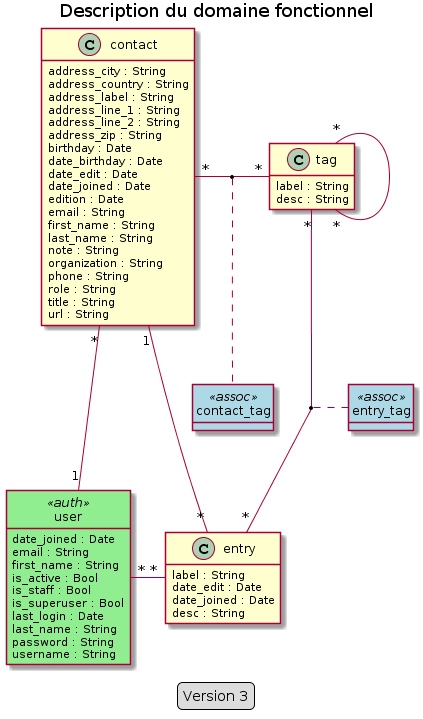
Earlier version of the PlantUML export doc/data_model/functional_model.png (freezed/ocp13).
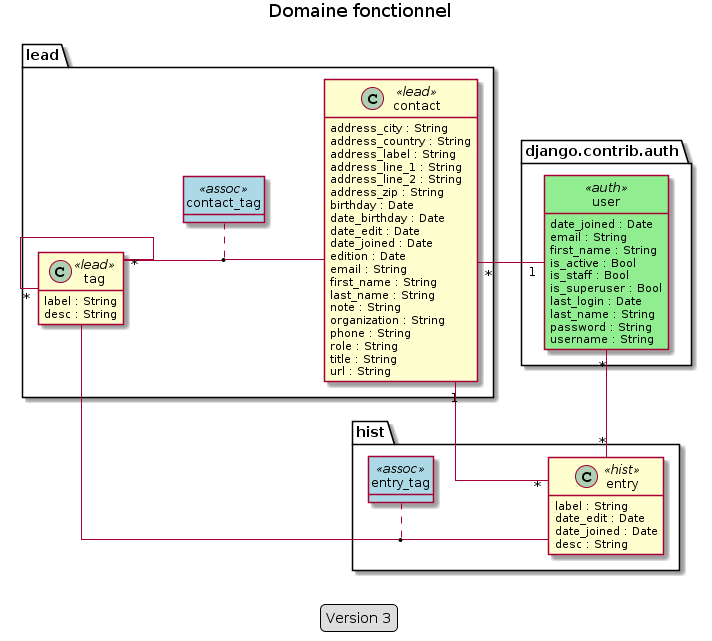
Above is the later version.

Commit message:
Add packages on data model images

Change to the diagram source:
```diff
@@ -1,6 +1,8 @@
 @startuml
-title Description du domaine fonctionnel
+title Domaine fonctionnel
 
+skinparam linetype ortho
+left to right direction
 hide empty methods
 hide <<assoc>> circle
 hide <<auth>> circle
@@ -10,18 +12,33 @@
 }
 
 
-class contact
-class entry
-class tag
+package "lead" {
+    class contact <<lead>>
+    class tag <<lead>>
+    class contact_tag <<assoc>>
+    (tag, contact) . contact_tag
+}
+
+package "django.contrib.auth" {
+    class user <<auth>>
+}
+
+package "hist" {
+    class entry <<hist>>
+    class entry_tag <<assoc>>
+    (tag, entry) . entry_tag
+}
+
+class contact <<lead>>
+class entry <<hist>>
+class tag <<lead>>
 class user <<auth>>
 
 
 contact "1" -- "*" entry
-contact "*" - "*" tag
-tag "*" -- "*" entry
-tag "*" - "*" tag
 contact "*" -- "1" user
 user "*" - "*" entry
+tag "*" - "*" tag
 
 class user {
     date_joined : Date
@@ -71,11 +88,6 @@
     desc : String
 }
 
-class contact_tag <<assoc>>
-class entry_tag <<assoc>>
-(contact, tag) .. contact_tag
-(tag, entry) .. entry_tag
-
 legend
     Version 3
 endlegend
```
